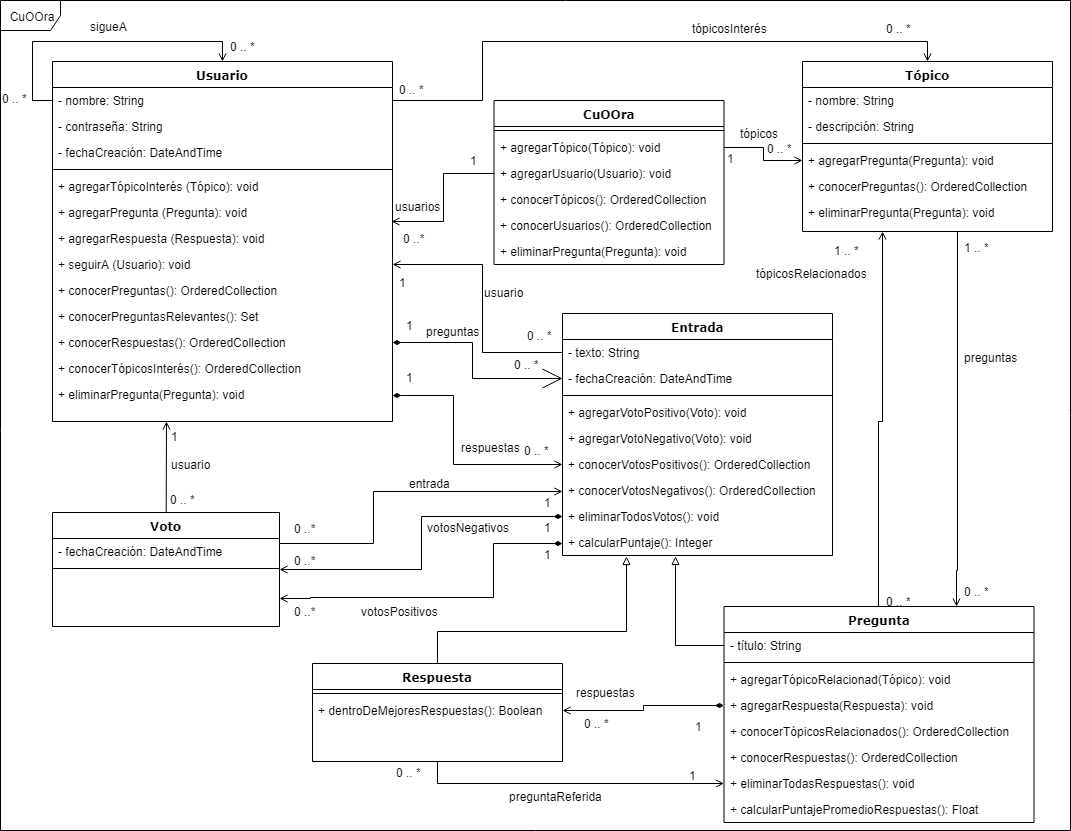
Before: diagrams/UNLP-TyH-TP1-CuOOra-Class-Diagram.png, a diagram exported from draw.io (GonzaloUlla/unlp-tyh-cuoora). Source tidied: cells renumbered, new cells last; positions are measured from the earlier drawing's top-left corner, leaving out a move shared by most shapes.
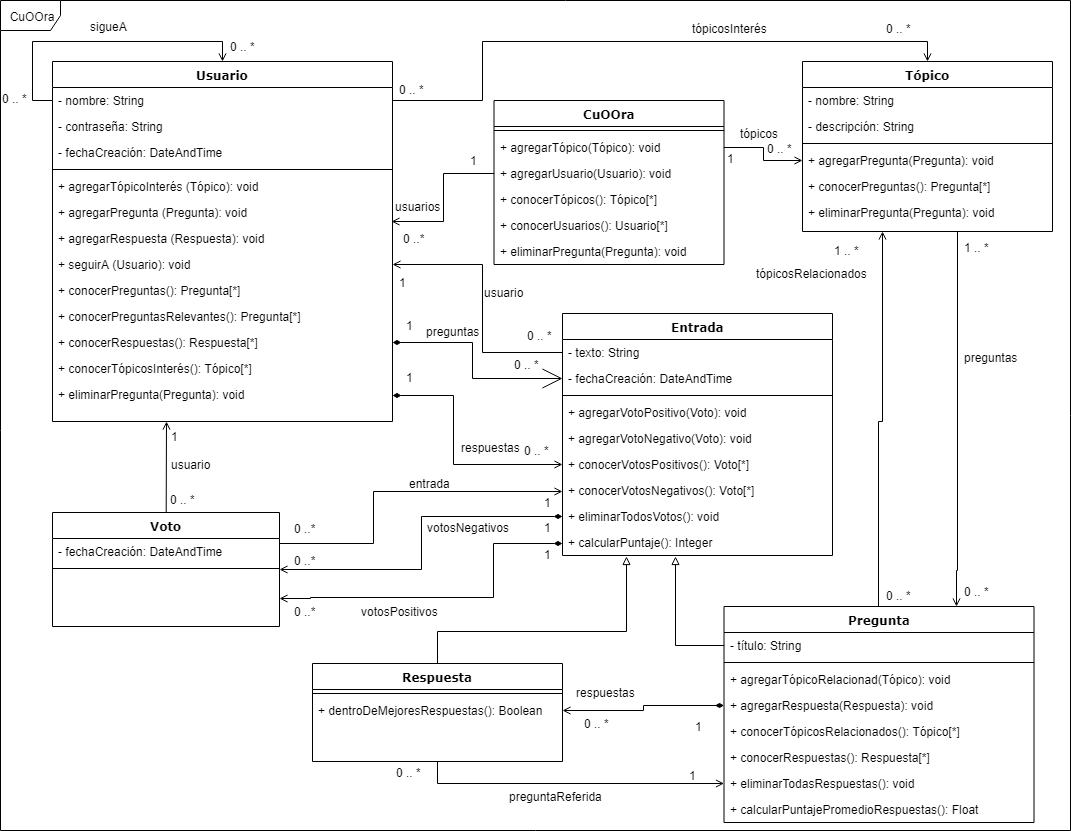
After the commit.

Commit message:
Feedback primera entrega: Cambios en UML

Change to the diagram source:
```diff
@@ -2,6 +2,9 @@
   <root>
     <mxCell id="0" />
     <mxCell id="1" parent="0" />
+    <mxCell id="117" value="CuOOra" style="shape=umlFrame;whiteSpace=wrap;html=1;" parent="1" vertex="1">
+      <mxGeometry width="1070" height="830" as="geometry" />
+    </mxCell>
     <mxCell id="2" value="Usuario" style="swimlane;html=1;fontStyle=1;align=center;verticalAlign=top;horizontal=1;startSize=26;swimlaneFillColor=#ffffff;rounded=0;shadow=0;comic=0;labelBackgroundColor=none;strokeColor=#000000;strokeWidth=1;fillColor=none;fontFamily=Verdana;fontSize=12;fontColor=#000000;" parent="1" vertex="1">
       <mxGeometry x="52" y="61" width="340" height="360" as="geometry" />
     </mxCell>
@@ -29,16 +32,16 @@
     <mxCell id="10" value="+ seguirA (Usuario): void" style="text;html=1;strokeColor=none;fillColor=none;align=left;verticalAlign=top;spacingLeft=4;spacingRight=4;whiteSpace=wrap;overflow=hidden;points=[[0,0.5],[1,0.5]];portConstraint=eastwest;" parent="2" vertex="1">
       <mxGeometry y="190" width="340" height="26" as="geometry" />
     </mxCell>
-    <mxCell id="11" value="+ conocerPreguntas(): OrderedCollection" style="text;html=1;strokeColor=none;fillColor=none;align=left;verticalAlign=top;spacingLeft=4;spacingRight=4;whiteSpace=wrap;overflow=hidden;" parent="2" vertex="1">
+    <mxCell id="11" value="+ conocerPreguntas(): Pregunta[*]" style="text;html=1;strokeColor=none;fillColor=none;align=left;verticalAlign=top;spacingLeft=4;spacingRight=4;whiteSpace=wrap;overflow=hidden;" parent="2" vertex="1">
       <mxGeometry y="216" width="340" height="26" as="geometry" />
     </mxCell>
-    <mxCell id="12" value="+ conocerPreguntasRelevantes(): Set" style="text;html=1;strokeColor=none;fillColor=none;align=left;verticalAlign=top;spacingLeft=4;spacingRight=4;whiteSpace=wrap;overflow=hidden;" parent="2" vertex="1">
+    <mxCell id="12" value="+ conocerPreguntasRelevantes(): Pregunta[*]" style="text;html=1;strokeColor=none;fillColor=none;align=left;verticalAlign=top;spacingLeft=4;spacingRight=4;whiteSpace=wrap;overflow=hidden;" parent="2" vertex="1">
       <mxGeometry y="242" width="340" height="26" as="geometry" />
     </mxCell>
-    <mxCell id="13" value="+ conocerRespuestas(): OrderedCollection" style="text;html=1;strokeColor=none;fillColor=none;align=left;verticalAlign=top;spacingLeft=4;spacingRight=4;whiteSpace=wrap;overflow=hidden;points=[[0,0.5],[1,0.5]];portConstraint=eastwest;" parent="2" vertex="1">
+    <mxCell id="13" value="+ conocerRespuestas(): Respuesta[*]" style="text;html=1;strokeColor=none;fillColor=none;align=left;verticalAlign=top;spacingLeft=4;spacingRight=4;whiteSpace=wrap;overflow=hidden;points=[[0,0.5],[1,0.5]];portConstraint=eastwest;" parent="2" vertex="1">
       <mxGeometry y="268" width="340" height="26" as="geometry" />
     </mxCell>
-    <mxCell id="14" value="+ conocerTópicosInterés(): OrderedCollection" style="text;html=1;strokeColor=none;fillColor=none;align=left;verticalAlign=top;spacingLeft=4;spacingRight=4;whiteSpace=wrap;overflow=hidden;" parent="2" vertex="1">
+    <mxCell id="14" value="+ conocerTópicosInterés(): Tópico[*]" style="text;html=1;strokeColor=none;fillColor=none;align=left;verticalAlign=top;spacingLeft=4;spacingRight=4;whiteSpace=wrap;overflow=hidden;" parent="2" vertex="1">
       <mxGeometry y="294" width="340" height="26" as="geometry" />
     </mxCell>
     <mxCell id="15" value="+ eliminarPregunta(Pregunta): void" style="text;html=1;strokeColor=none;fillColor=none;align=left;verticalAlign=top;spacingLeft=4;spacingRight=4;whiteSpace=wrap;overflow=hidden;points=[[0,0.5],[1,0.5]];portConstraint=eastwest;" parent="2" vertex="1">
@@ -62,7 +65,7 @@
     <mxCell id="21" value="+ agregarPregunta(Pregunta): void" style="text;html=1;strokeColor=none;fillColor=none;align=left;verticalAlign=top;spacingLeft=4;spacingRight=4;whiteSpace=wrap;overflow=hidden;points=[[0,0.5],[1,0.5]];portConstraint=eastwest;" parent="17" vertex="1">
       <mxGeometry y="86" width="250" height="26" as="geometry" />
     </mxCell>
-    <mxCell id="22" value="+ conocerPreguntas(): OrderedCollection" style="text;html=1;strokeColor=none;fillColor=none;align=left;verticalAlign=top;spacingLeft=4;spacingRight=4;whiteSpace=wrap;overflow=hidden;" parent="17" vertex="1">
+    <mxCell id="22" value="+ conocerPreguntas(): Pregunta[*]" style="text;html=1;strokeColor=none;fillColor=none;align=left;verticalAlign=top;spacingLeft=4;spacingRight=4;whiteSpace=wrap;overflow=hidden;" parent="17" vertex="1">
       <mxGeometry y="112" width="250" height="26" as="geometry" />
     </mxCell>
     <mxCell id="23" value="+ eliminarPregunta(Pregunta): void" style="text;html=1;strokeColor=none;fillColor=none;align=left;verticalAlign=top;spacingLeft=4;spacingRight=4;whiteSpace=wrap;overflow=hidden;" parent="17" vertex="1">
@@ -106,10 +109,10 @@
     <mxCell id="33" value="+ agregarRespuesta(Respuesta): void" style="text;html=1;strokeColor=none;fillColor=none;align=left;verticalAlign=top;spacingLeft=4;spacingRight=4;whiteSpace=wrap;overflow=hidden;points=[[0,0.5],[1,0.5]];portConstraint=eastwest;" parent="29" vertex="1">
       <mxGeometry y="86" width="310" height="26" as="geometry" />
     </mxCell>
-    <mxCell id="34" value="+ conocerTópicosRelacionados(): OrderedCollection" style="text;html=1;strokeColor=none;fillColor=none;align=left;verticalAlign=top;spacingLeft=4;spacingRight=4;whiteSpace=wrap;overflow=hidden;" parent="29" vertex="1">
+    <mxCell id="34" value="+ conocerTópicosRelacionados(): Tópico[*]" style="text;html=1;strokeColor=none;fillColor=none;align=left;verticalAlign=top;spacingLeft=4;spacingRight=4;whiteSpace=wrap;overflow=hidden;" parent="29" vertex="1">
       <mxGeometry y="112" width="310" height="26" as="geometry" />
     </mxCell>
-    <mxCell id="35" value="+ conocerRespuestas(): OrderedCollection" style="text;html=1;strokeColor=none;fillColor=none;align=left;verticalAlign=top;spacingLeft=4;spacingRight=4;whiteSpace=wrap;overflow=hidden;" parent="29" vertex="1">
+    <mxCell id="35" value="+ conocerRespuestas(): Respuesta[*]" style="text;html=1;strokeColor=none;fillColor=none;align=left;verticalAlign=top;spacingLeft=4;spacingRight=4;whiteSpace=wrap;overflow=hidden;" parent="29" vertex="1">
       <mxGeometry y="138" width="310" height="26" as="geometry" />
     </mxCell>
     <mxCell id="36" value="+ eliminarTodasRespuestas(): void" style="text;html=1;strokeColor=none;fillColor=none;align=left;verticalAlign=top;spacingLeft=4;spacingRight=4;whiteSpace=wrap;overflow=hidden;points=[[0,0.5],[1,0.5]];portConstraint=eastwest;" parent="29" vertex="1">
@@ -153,10 +156,10 @@
     <mxCell id="47" value="+ agregarVotoNegativo(Voto): void" style="text;html=1;strokeColor=none;fillColor=none;align=left;verticalAlign=top;spacingLeft=4;spacingRight=4;whiteSpace=wrap;overflow=hidden;" parent="42" vertex="1">
       <mxGeometry y="112" width="270" height="26" as="geometry" />
     </mxCell>
-    <mxCell id="48" value="+ conocerVotosPositivos(): OrderedCollection" style="text;html=1;strokeColor=none;fillColor=none;align=left;verticalAlign=top;spacingLeft=4;spacingRight=4;whiteSpace=wrap;overflow=hidden;points=[[0,0.5],[1,0.5]];portConstraint=eastwest;" parent="42" vertex="1">
+    <mxCell id="48" value="+ conocerVotosPositivos(): Voto[*]" style="text;html=1;strokeColor=none;fillColor=none;align=left;verticalAlign=top;spacingLeft=4;spacingRight=4;whiteSpace=wrap;overflow=hidden;points=[[0,0.5],[1,0.5]];portConstraint=eastwest;" parent="42" vertex="1">
       <mxGeometry y="138" width="270" height="26" as="geometry" />
     </mxCell>
-    <mxCell id="49" value="+ conocerVotosNegativos(): OrderedCollection" style="text;html=1;strokeColor=none;fillColor=none;align=left;verticalAlign=top;spacingLeft=4;spacingRight=4;whiteSpace=wrap;overflow=hidden;points=[[0,0.5],[1,0.5]];portConstraint=eastwest;" parent="42" vertex="1">
+    <mxCell id="49" value="+ conocerVotosNegativos(): Voto[*]" style="text;html=1;strokeColor=none;fillColor=none;align=left;verticalAlign=top;spacingLeft=4;spacingRight=4;whiteSpace=wrap;overflow=hidden;points=[[0,0.5],[1,0.5]];portConstraint=eastwest;" parent="42" vertex="1">
       <mxGeometry y="164" width="270" height="26" as="geometry" />
     </mxCell>
     <mxCell id="50" value="+ eliminarTodosVotos(): void" style="text;html=1;strokeColor=none;fillColor=none;align=left;verticalAlign=top;spacingLeft=4;spacingRight=4;whiteSpace=wrap;overflow=hidden;points=[[0,0.5],[1,0.5]];portConstraint=eastwest;" parent="42" vertex="1">
@@ -177,10 +180,10 @@
     <mxCell id="55" value="+ agregarUsuario(Usuario): void&lt;br&gt;" style="text;html=1;strokeColor=none;fillColor=none;align=left;verticalAlign=top;spacingLeft=4;spacingRight=4;whiteSpace=wrap;overflow=hidden;points=[[0,0.5],[1,0.5]];portConstraint=eastwest;" parent="52" vertex="1">
       <mxGeometry y="60" width="230" height="26" as="geometry" />
     </mxCell>
-    <mxCell id="56" value="+ conocerTópicos(): OrderedCollection&lt;br&gt;" style="text;html=1;strokeColor=none;fillColor=none;align=left;verticalAlign=top;spacingLeft=4;spacingRight=4;whiteSpace=wrap;overflow=hidden;" parent="52" vertex="1">
+    <mxCell id="56" value="+ conocerTópicos(): Tópico[*]" style="text;html=1;strokeColor=none;fillColor=none;align=left;verticalAlign=top;spacingLeft=4;spacingRight=4;whiteSpace=wrap;overflow=hidden;" parent="52" vertex="1">
       <mxGeometry y="86" width="230" height="26" as="geometry" />
     </mxCell>
-    <mxCell id="57" value="+ conocerUsuarios(): OrderedCollection&lt;br&gt;" style="text;html=1;strokeColor=none;fillColor=none;align=left;verticalAlign=top;spacingLeft=4;spacingRight=4;whiteSpace=wrap;overflow=hidden;" parent="52" vertex="1">
+    <mxCell id="57" value="+ conocerUsuarios(): Usuario[*]" style="text;html=1;strokeColor=none;fillColor=none;align=left;verticalAlign=top;spacingLeft=4;spacingRight=4;whiteSpace=wrap;overflow=hidden;" parent="52" vertex="1">
       <mxGeometry y="112" width="230" height="26" as="geometry" />
     </mxCell>
     <mxCell id="58" value="+ eliminarPregunta(Pregunta): void&lt;br&gt;" style="text;html=1;strokeColor=none;fillColor=none;align=left;verticalAlign=top;spacingLeft=4;spacingRight=4;whiteSpace=wrap;overflow=hidden;" parent="52" vertex="1">
@@ -240,7 +243,7 @@
       <mxGeometry x="832" y="241" width="40" height="20" as="geometry" />
     </mxCell>
     <mxCell id="73" value="0 .. *" style="text;html=1;align=left;verticalAlign=top;spacingTop=-4;" parent="1" vertex="1">
-      <mxGeometry x="884" y="592" width="40" height="20" as="geometry" />
+      <mxGeometry x="884" y="586" width="40" height="20" as="geometry" />
     </mxCell>
     <mxCell id="74" value="usuario" style="text;html=1;align=left;verticalAlign=top;spacingTop=-4;" parent="1" vertex="1">
       <mxGeometry x="169" y="455" width="50" height="20" as="geometry" />
@@ -407,8 +410,5 @@
     <mxCell id="116" value="1 .. *" style="text;html=1;align=left;verticalAlign=top;spacingTop=-4;" parent="1" vertex="1">
       <mxGeometry x="962" y="238" width="40" height="20" as="geometry" />
     </mxCell>
-    <mxCell id="117" value="CuOOra" style="shape=umlFrame;whiteSpace=wrap;html=1;" parent="1" vertex="1">
-      <mxGeometry width="1070" height="830" as="geometry" />
-    </mxCell>
   </root>
 </mxGraphModel>
```
